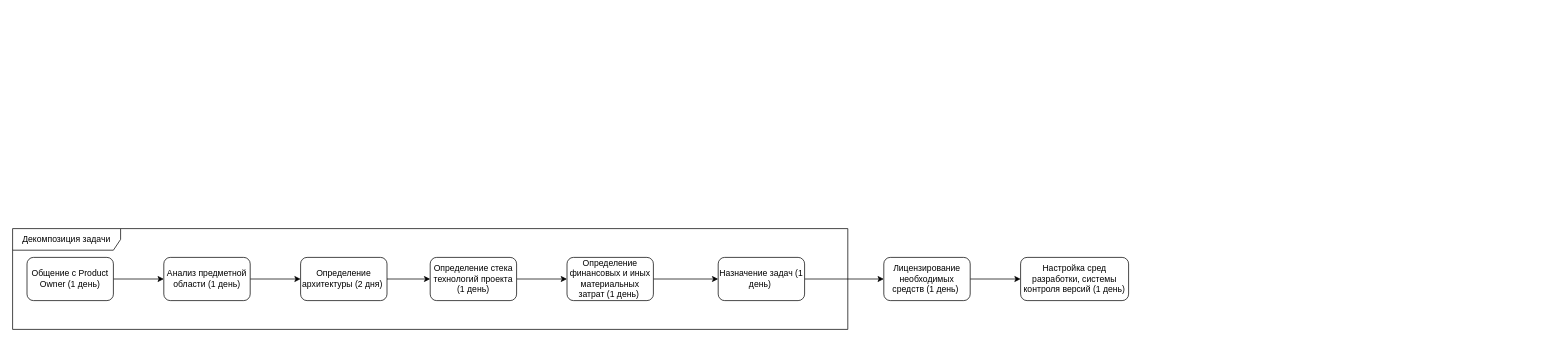
Above: Кратчайший путь.drawio in rusvlp/UML (draw.io), before the change. Source tidied: cells renumbered, new cells numbered last; positions are measured from the earlier drawing's top-left corner, leaving out a move shared by most shapes. Both pictures are drawn from the tidied source at 72%, with x=0, y=0 at pixel (12, 228).
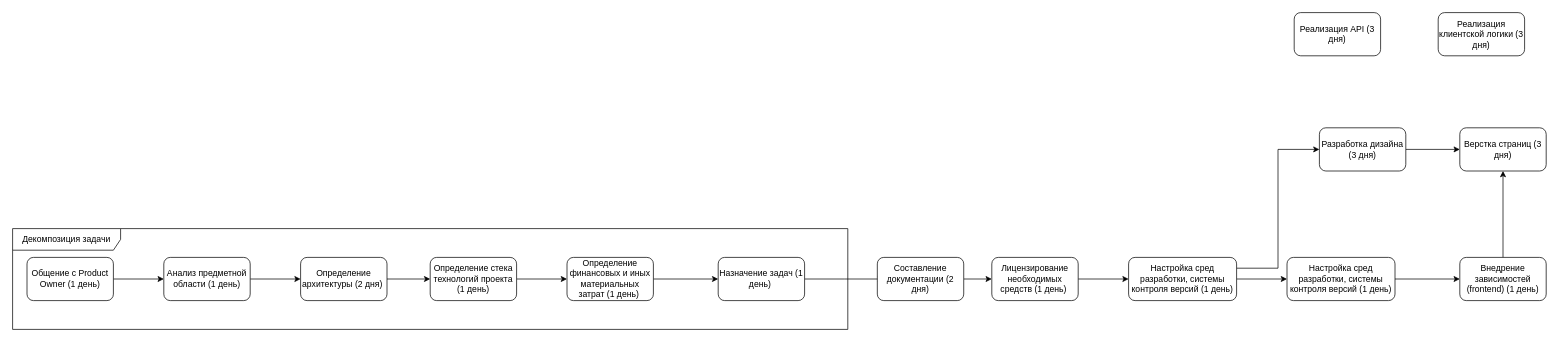
The same diagram, later.

Unchanged cells that the change refers to:
```xml
<mxCell id="13" value="Назначение задач (1 день)&amp;nbsp;" style="rounded=1;whiteSpace=wrap;html=1;" parent="1" vertex="1">
  <mxGeometry x="980" y="40" width="120" height="60" as="geometry" />
</mxCell>
```

The edit, as a diff of the source:
```diff
@@
-    <mxCell id="12" style="edgeStyle=orthogonalEdgeStyle;rounded=0;jettySize=auto;html=1;exitX=1;exitY=0.5;exitDx=0;exitDy=0;" parent="1" edge="1" source="13" target="16">
-      <mxGeometry relative="1" as="geometry" />
+    <mxCell id="12" style="edgeStyle=orthogonalEdgeStyle;rounded=0;jettySize=auto;html=1;exitX=1;exitY=0.5;exitDx=0;exitDy=0;" parent="1" edge="1" source="13">
+      <mxGeometry relative="1" as="geometry">
+        <mxPoint x="1210" y="70" as="targetPoint" />
+      </mxGeometry>
     </mxCell>
@@
     <mxCell id="16" value="Лицензирование необходимых средств (1 день)&amp;nbsp;" style="rounded=1;whiteSpace=wrap;html=1;" parent="1" vertex="1">
-      <mxGeometry x="1210" y="40" width="120" height="60" as="geometry" />
+      <mxGeometry x="1360" y="40" width="120" height="60" as="geometry" />
     </mxCell>
+    <mxCell id="18" style="edgeStyle=orthogonalEdgeStyle;rounded=0;jettySize=auto;html=1;exitX=1;exitY=0.5;exitDx=0;exitDy=0;" parent="1" edge="1" source="17" target="23">
+      <mxGeometry relative="1" as="geometry" />
+    </mxCell>
+    <mxCell id="19" style="edgeStyle=orthogonalEdgeStyle;rounded=0;jettySize=auto;html=1;exitX=1;exitY=0.25;exitDx=0;exitDy=0;entryX=0;entryY=0.5;entryDx=0;entryDy=0;" parent="1" edge="1" source="17" target="21">
+      <mxGeometry relative="1" as="geometry" />
+    </mxCell>
     <mxCell id="17" value="Настройка сред разработки, системы контроля версий (1 день)" style="rounded=1;whiteSpace=wrap;html=1;" parent="1" vertex="1">
-      <mxGeometry x="1400" y="40" width="150" height="60" as="geometry" />
+      <mxGeometry x="1550" y="40" width="150" height="60" as="geometry" />
     </mxCell>
+    <mxCell id="20" style="edgeStyle=orthogonalEdgeStyle;rounded=0;jettySize=auto;html=1;exitX=1;exitY=0.5;exitDx=0;exitDy=0;" parent="1" edge="1" source="21" target="24">
+      <mxGeometry relative="1" as="geometry" />
+    </mxCell>
+    <mxCell id="21" value="Разработка дизайна (3 дня)" style="rounded=1;whiteSpace=wrap;html=1;" parent="1" vertex="1">
+      <mxGeometry x="1815" y="-140" width="120" height="60" as="geometry" />
+    </mxCell>
+    <mxCell id="22" style="edgeStyle=orthogonalEdgeStyle;rounded=0;jettySize=auto;html=1;exitX=1;exitY=0.5;exitDx=0;exitDy=0;entryX=0;entryY=0.5;entryDx=0;entryDy=0;" parent="1" edge="1" source="23" target="26">
+      <mxGeometry relative="1" as="geometry" />
+    </mxCell>
+    <mxCell id="23" value="Настройка сред разработки, системы контроля версий (1 день)" style="rounded=1;whiteSpace=wrap;html=1;" parent="1" vertex="1">
+      <mxGeometry x="1770" y="40" width="150" height="60" as="geometry" />
+    </mxCell>
+    <mxCell id="24" value="Верстка страниц (3 дня)" style="rounded=1;whiteSpace=wrap;html=1;" parent="1" vertex="1">
+      <mxGeometry x="2010" y="-140" width="120" height="60" as="geometry" />
+    </mxCell>
+    <mxCell id="25" style="edgeStyle=orthogonalEdgeStyle;rounded=0;jettySize=auto;html=1;exitX=0.5;exitY=0;exitDx=0;exitDy=0;entryX=0.5;entryY=1;entryDx=0;entryDy=0;" parent="1" edge="1" source="26" target="24">
+      <mxGeometry relative="1" as="geometry" />
+    </mxCell>
+    <mxCell id="26" value="Внедрение зависимостей (frontend) (1 день)" style="rounded=1;whiteSpace=wrap;html=1;" parent="1" vertex="1">
+      <mxGeometry x="2010" y="40" width="120" height="60" as="geometry" />
+    </mxCell>
+    <mxCell id="27" value="Реализация API (3 дня)" style="rounded=1;whiteSpace=wrap;html=1;" parent="1" vertex="1">
+      <mxGeometry x="1780" y="-300" width="120" height="60" as="geometry" />
+    </mxCell>
+    <mxCell id="28" value="Реализация клиентской логики (3 дня)" style="rounded=1;whiteSpace=wrap;html=1;" parent="1" vertex="1">
+      <mxGeometry x="1980" y="-300" width="120" height="60" as="geometry" />
+    </mxCell>
+    <mxCell id="29" style="edgeStyle=orthogonalEdgeStyle;rounded=0;jettySize=auto;html=1;exitX=1;exitY=0.5;exitDx=0;exitDy=0;entryX=0;entryY=0.5;entryDx=0;entryDy=0;" parent="1" edge="1" source="30" target="16">
+      <mxGeometry relative="1" as="geometry" />
+    </mxCell>
+    <mxCell id="30" value="Составление документации (2 дня)" style="rounded=1;whiteSpace=wrap;html=1;" parent="1" vertex="1">
+      <mxGeometry x="1201" y="40" width="120" height="60" as="geometry" />
+    </mxCell>
```
